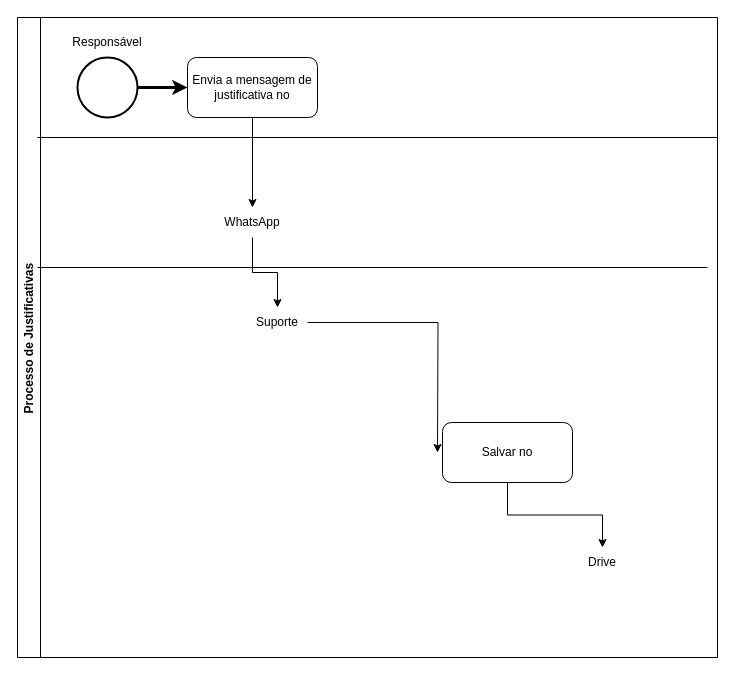
Earlier version of the draw.io diagram BPMN/Atividade1/Trabalho Prototipagem 1.drawio (GabrielALPorto/Modelanges-Banco-Dados-e-Outras). Source tidied: cells renumbered, new cells numbered last; positions are measured from the earlier drawing's top-left corner, leaving out a move shared by most shapes. Both pictures are drawn from the tidied source at 100%, with x=0, y=0 at pixel (17, 17).
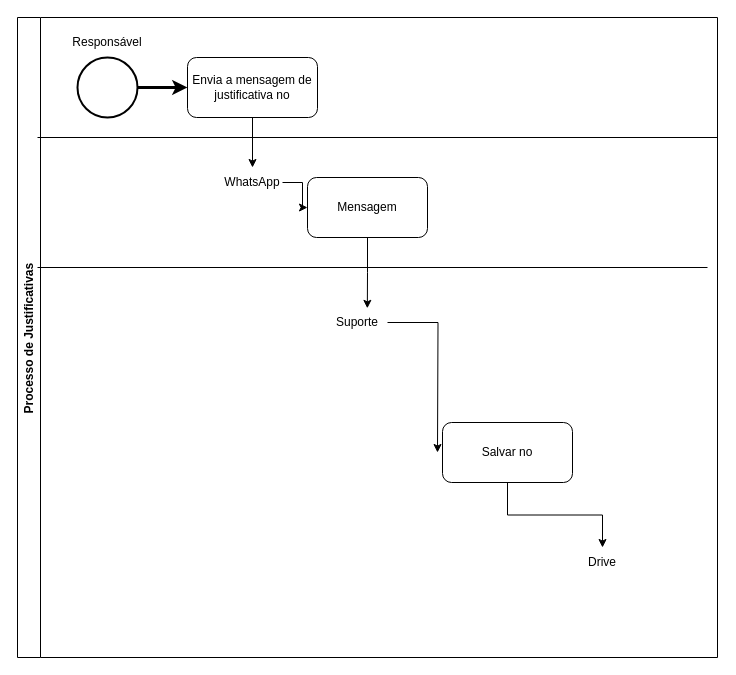
The same diagram, later.

Unchanged cells that the change refers to:
```xml
<mxCell id="2" value="Processo de Justificativas&amp;nbsp;" style="swimlane;horizontal=0;whiteSpace=wrap;html=1;startSize=23;swimlaneFillColor=default;gradientColor=none;" parent="1" vertex="1">
  <mxGeometry width="700" height="640" as="geometry" />
</mxCell>
```

Diff of the diagram source:
```diff
@@
     <mxCell id="9" value="&lt;div&gt;Suporte&lt;/div&gt;" style="text;html=1;whiteSpace=wrap;strokeColor=none;fillColor=none;align=center;verticalAlign=middle;rounded=0;rotation=0;" parent="2" vertex="1">
-      <mxGeometry x="230" y="290" width="60" height="30" as="geometry" />
+      <mxGeometry x="310" y="290" width="60" height="30" as="geometry" />
     </mxCell>
@@
-    <mxCell id="15" style="edgeStyle=orthogonalEdgeStyle;rounded=0;jettySize=auto;html=1;" parent="2" edge="1" source="16" target="9">
-      <mxGeometry relative="1" as="geometry" />
-    </mxCell>
+    <mxCell id="17" style="edgeStyle=orthogonalEdgeStyle;rounded=0;jettySize=auto;html=1;entryX=0;entryY=0.5;entryDx=0;entryDy=0;" parent="2" edge="1" source="16" target="18">
+      <mxGeometry relative="1" as="geometry" />
+    </mxCell>
     <mxCell id="16" value="&lt;div&gt;WhatsApp&lt;/div&gt;" style="text;html=1;whiteSpace=wrap;strokeColor=none;fillColor=none;align=center;verticalAlign=middle;rounded=0;" parent="2" vertex="1">
-      <mxGeometry x="205" y="190" width="60" height="30" as="geometry" />
+      <mxGeometry x="205" y="150" width="60" height="30" as="geometry" />
     </mxCell>
+    <mxCell id="18" value="Mensagem" style="rounded=1;whiteSpace=wrap;html=1;" parent="2" vertex="1">
+      <mxGeometry x="290" y="160" width="120" height="60" as="geometry" />
+    </mxCell>
+    <mxCell id="19" style="edgeStyle=orthogonalEdgeStyle;rounded=0;jettySize=auto;html=1;entryX=0.664;entryY=0.027;entryDx=0;entryDy=0;entryPerimeter=0;" parent="2" edge="1" source="18" target="9">
+      <mxGeometry relative="1" as="geometry" />
+    </mxCell>
```
